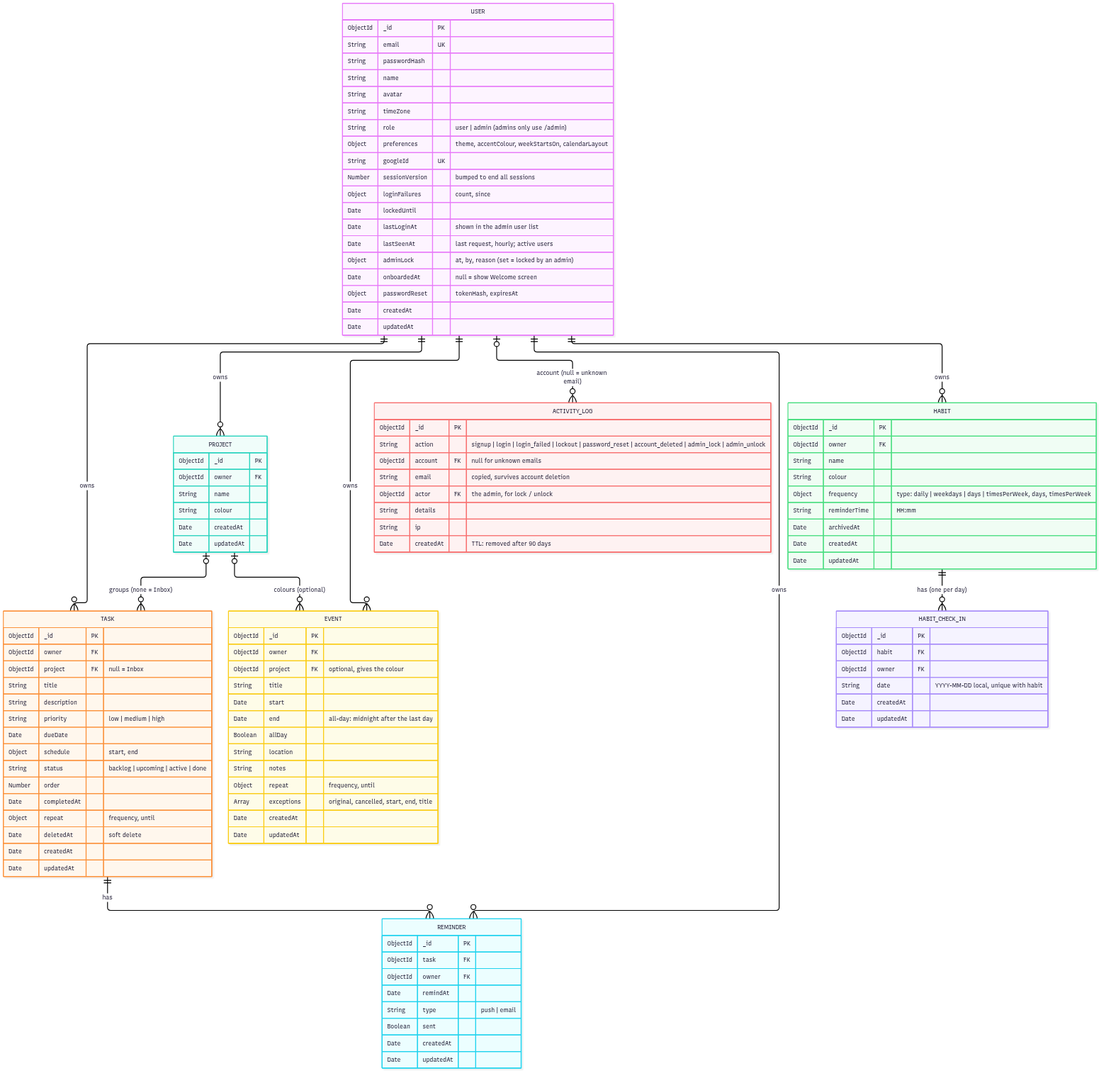
Earlier version of the Mermaid export docs/erd.png (khang-ngo4444/VCD_Agendal). Its source is kept beside it as docs/erd.mmd. Source of this version:
```mermaid
erDiagram
    USER ||--o{ PROJECT : owns
    USER ||--o{ TASK : owns
    USER ||--o{ REMINDER : owns
    PROJECT |o--o{ TASK : "groups (none = Inbox)"
    TASK ||--o{ REMINDER : has
    USER ||--o{ HABIT : owns
    HABIT ||--o{ HABIT_CHECK_IN : "has (one per day)"
    USER |o--o{ ACTIVITY_LOG : "account (null = unknown email)"
    USER ||--o{ EVENT : owns
    PROJECT |o--o{ EVENT : "colours (optional)"

    USER {
        ObjectId _id PK
        String email UK
        String passwordHash
        String name
        String avatar
        String timeZone
        String role "user | admin (admins only use /admin)"
        Object preferences "theme, accentColour, weekStartsOn, calendarLayout"
        String googleId UK
        Number sessionVersion "bumped to end all sessions"
        Object loginFailures "count, since"
        Date lockedUntil
        Date lastLoginAt "shown in the admin user list"
        Date lastSeenAt "last request, hourly; active users"
        Object adminLock "at, by, reason (set = locked by an admin)"
        Date onboardedAt "null = show Welcome screen"
        Object passwordReset "tokenHash, expiresAt"
        Date createdAt
        Date updatedAt
    }
    PROJECT {
        ObjectId _id PK
        ObjectId owner FK
        String name
        String colour
        Date createdAt
        Date updatedAt
    }
    TASK {
        ObjectId _id PK
        ObjectId owner FK
        ObjectId project FK "null = Inbox"
        String title
        String description
        String priority "low | medium | high"
        Date dueDate
        Object schedule "start, end"
        String status "backlog | upcoming | active | done"
        Number order
        Date completedAt
        Object repeat "frequency, until"
        Date deletedAt "soft delete"
        Date createdAt
        Date updatedAt
    }
    REMINDER {
        ObjectId _id PK
        ObjectId task FK
        ObjectId owner FK
        Date remindAt
        String type "push | email"
        Boolean sent
        Date createdAt
        Date updatedAt
    }
    HABIT {
        ObjectId _id PK
        ObjectId owner FK
        String name
        String colour
        Object frequency "type: daily | weekdays | days | timesPerWeek, days, timesPerWeek"
        String reminderTime "HH:mm"
        Date archivedAt
        Date createdAt
        Date updatedAt
    }
    HABIT_CHECK_IN {
        ObjectId _id PK
        ObjectId habit FK
        ObjectId owner FK
        String date "YYYY-MM-DD local, unique with habit"
        Date createdAt
        Date updatedAt
    }
    EVENT {
        ObjectId _id PK
        ObjectId owner FK
        ObjectId project FK "optional, gives the colour"
        String title
        Date start
        Date end "all-day: midnight after the last day"
        Boolean allDay
        String location
        String notes
        Object repeat "frequency, until"
        Array exceptions "original, cancelled, start, end, title"
        Date createdAt
        Date updatedAt
    }
    ACTIVITY_LOG {
        ObjectId _id PK
        String action "signup | login | login_failed | lockout | password_reset | account_deleted | admin_lock | admin_unlock"
        ObjectId account FK "null for unknown emails"
        String email "copied, survives account deletion"
        ObjectId actor FK "the admin, for lock / unlock"
        String details
        String ip
        Date createdAt "TTL: removed after 90 days"
    }
```
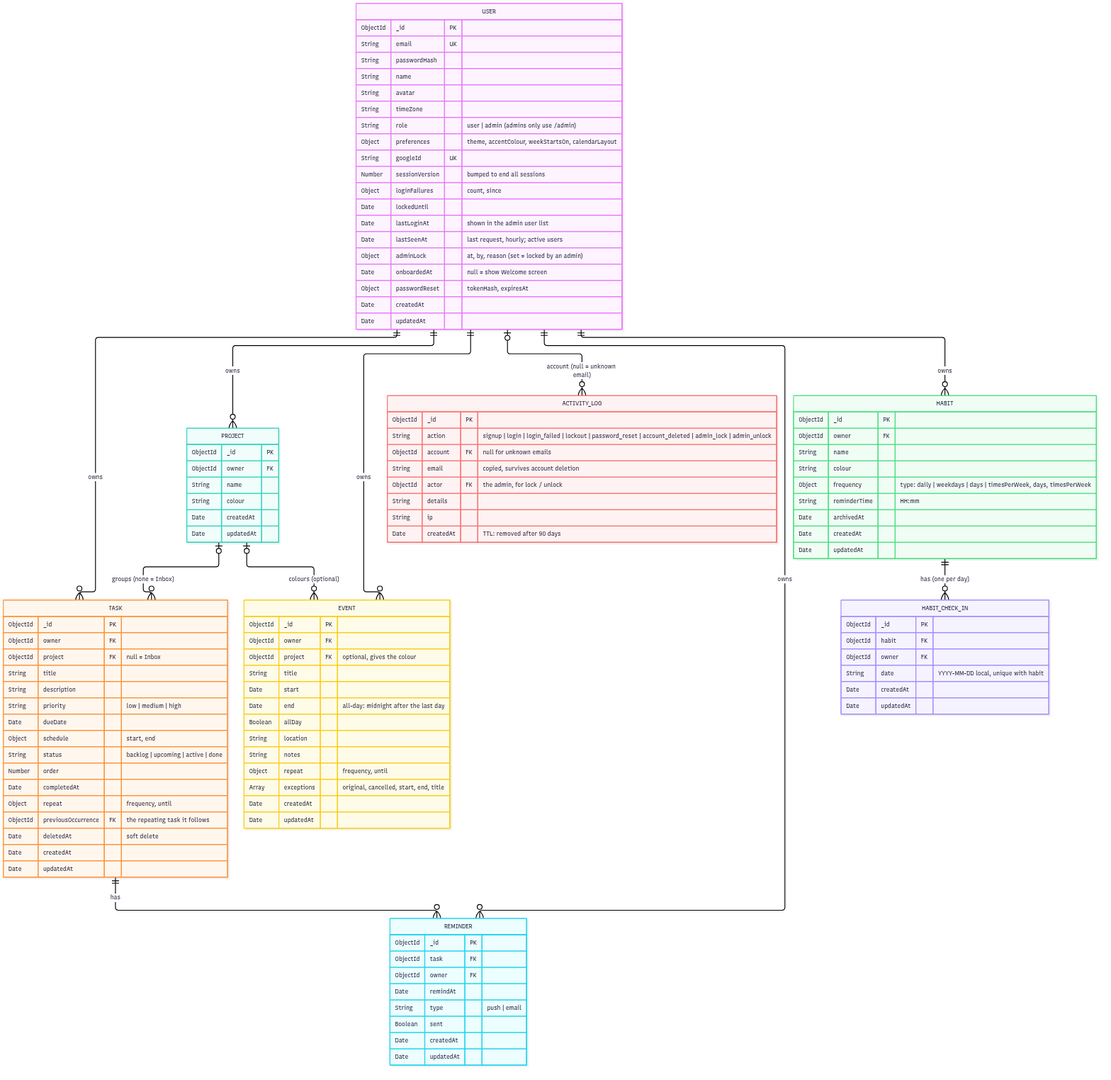
Later version of the same file.

Commit message:
Create the next occurrence when a repeating task is completed

Change to the diagram source:
```diff
@@ -52,6 +52,7 @@
         Number order
         Date completedAt
         Object repeat "frequency, until"
+        ObjectId previousOccurrence FK "the repeating task it follows"
         Date deletedAt "soft delete"
         Date createdAt
         Date updatedAt
```
